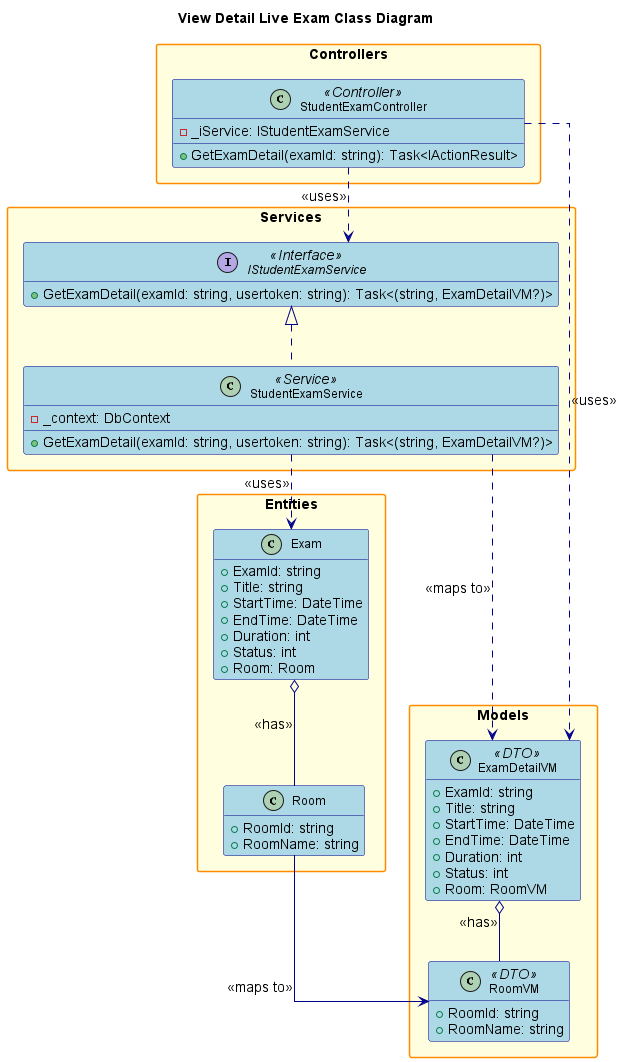
Above: design/out/viewlivedetailclassdiagram/viewlivedetailclassdiagram.png in conghoan1211/AI-Kiosk-Testing-system (PlantUML), before the change.
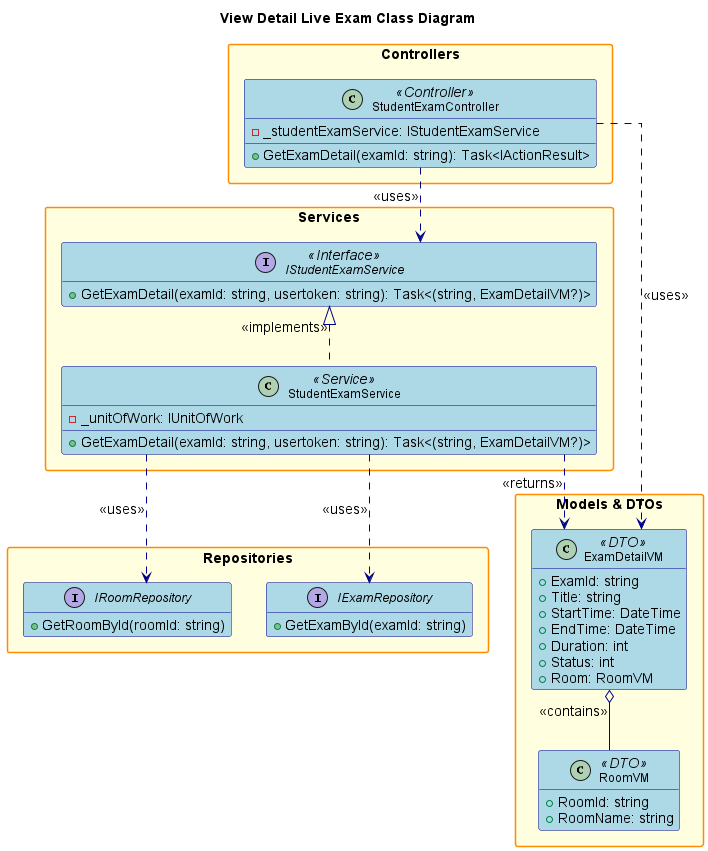
After the commit.

The edit, as a diff of the source:
```diff
@@ -1,6 +1,4 @@
 @startuml
-
-title View Detail Live Exam Class Diagram
 
 hide empty members
 skinparam packageStyle rectangle
@@ -25,22 +23,17 @@
     FontSize 14
     FontStyle bold
 }
-
 skinparam interface {
     BackgroundColor LightGreen
     BorderColor DarkGreen
     FontSize 12
 }
 
-skinparam enum {
-    BackgroundColor LightCyan
-    BorderColor DarkCyan
-    FontSize 12
-}
+title View Detail Live Exam Class Diagram
 
 package "Controllers" {
     class StudentExamController <<Controller>> {
-        - _iService: IStudentExamService
+        - _studentExamService: IStudentExamService
         + GetExamDetail(examId: string): Task<IActionResult>
     }
 }
@@ -50,12 +43,21 @@
         + GetExamDetail(examId: string, usertoken: string): Task<(string, ExamDetailVM?)>
     }
     class StudentExamService <<Service>> {
-        - _context: DbContext
+        - _unitOfWork: IUnitOfWork
         + GetExamDetail(examId: string, usertoken: string): Task<(string, ExamDetailVM?)>
     }
 }
 
-package "Models" {
+package "Repositories" {
+    interface IExamRepository {
+        + GetExamById(examId: string)
+    }
+    interface IRoomRepository {
+        + GetRoomById(roomId: string)
+    }
+}
+
+package "Models & DTOs" {
     class ExamDetailVM <<DTO>> {
         + ExamId: string
         + Title: string
@@ -71,29 +73,12 @@
     }
 }
 
-package "Entities" {
-    class Exam {
-        + ExamId: string
-        + Title: string
-        + StartTime: DateTime
-        + EndTime: DateTime
-        + Duration: int
-        + Status: int
-        + Room: Room
-    }
-    class Room {
-        + RoomId: string
-        + RoomName: string
-    }
-}
-
 StudentExamController ..> IStudentExamService : <<uses>>
-IStudentExamService <|.. StudentExamService
 StudentExamController ..> ExamDetailVM : <<uses>>
-StudentExamService ..> Exam : <<uses>>
-StudentExamService ..> ExamDetailVM : <<maps to>>
-Exam o-- Room : <<has>>
-ExamDetailVM o-- RoomVM : <<has>>
-Room --> RoomVM : <<maps to>>
+IStudentExamService <|.. StudentExamService : <<implements>>
+StudentExamService ..> IExamRepository : <<uses>>
+StudentExamService ..> IRoomRepository : <<uses>>
+StudentExamService ..> ExamDetailVM : <<returns>>
+ExamDetailVM o-- RoomVM : <<contains>>
 
 @enduml
```
